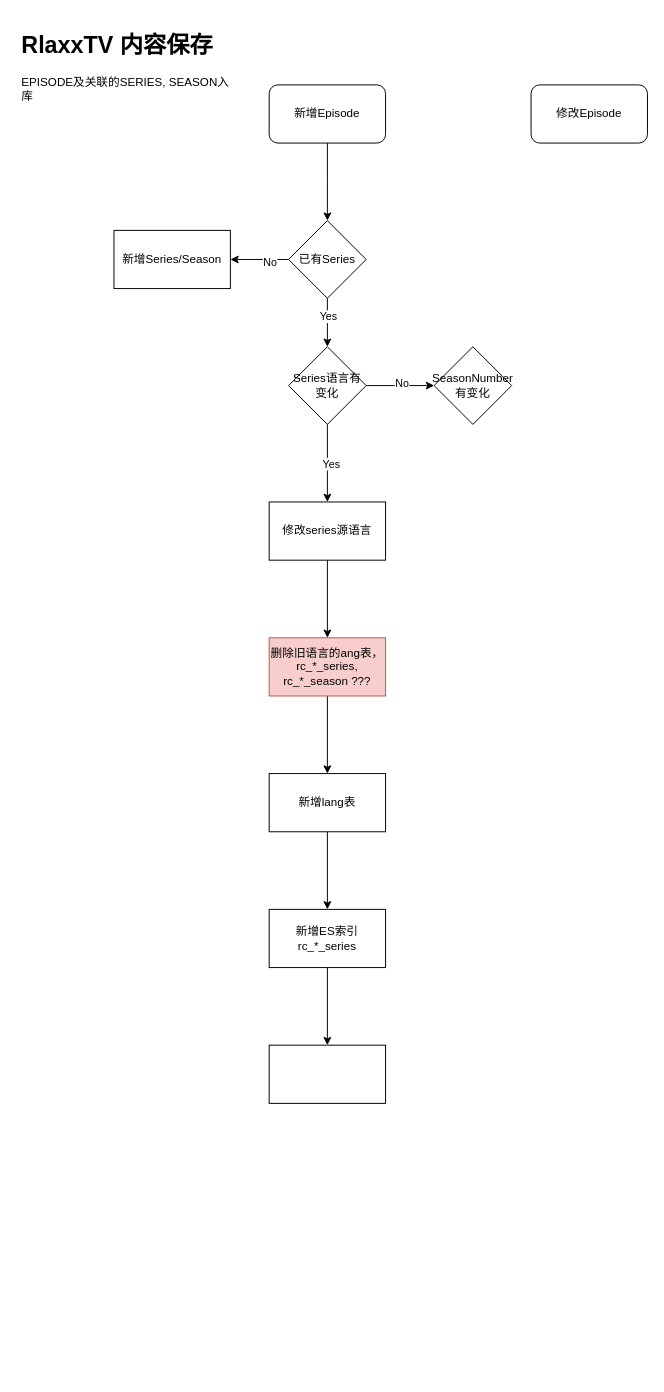
Above: update/RlaxxTV内容保存.drawio in stevezhouht/baiduCDP (draw.io), before the change. Source tidied: cells renumbered, new cells numbered last; positions are measured from the earlier drawing's top-left corner, leaving out a move shared by most shapes. Both pictures are drawn from the tidied source at 97%, with x=0, y=0 at pixel (16, 26).
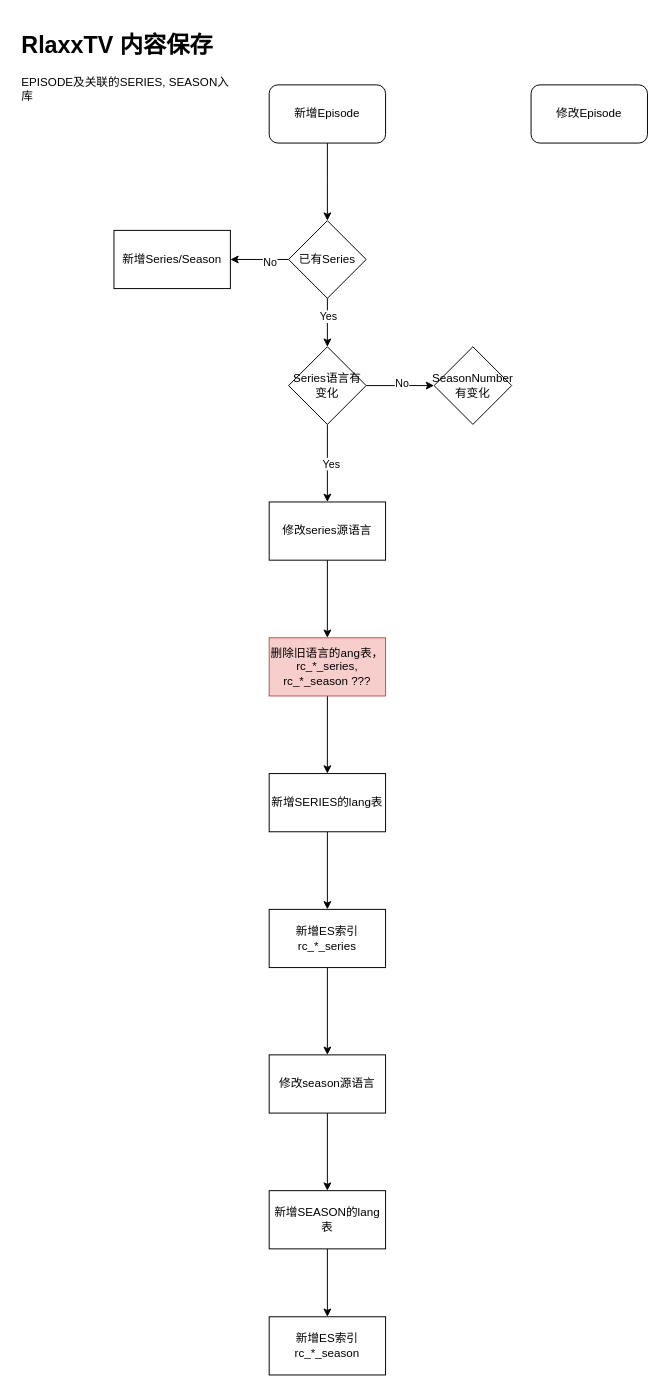
Above is the later version.

Commit message (it also covers changes not shown here):
更新RlaxxTV内容保存.drawio

Unchanged cells that the change refers to:
```xml
<mxCell id="25" value="新增ES索引rc_*_series" style="whiteSpace=wrap;html=1;" parent="1" vertex="1">
  <mxGeometry x="260" y="910" width="120" height="60" as="geometry" />
</mxCell>
```

What changed in the source:
```diff
@@
-    <mxCell id="23" value="新增lang表" style="whiteSpace=wrap;html=1;" parent="1" vertex="1">
+    <mxCell id="23" value="新增SERIES的lang表" style="whiteSpace=wrap;html=1;" parent="1" vertex="1">
       <mxGeometry x="260" y="770" width="120" height="60" as="geometry" />
     </mxCell>
-    <mxCell id="24" style="edgeStyle=orthogonalEdgeStyle;rounded=0;jettySize=auto;html=1;" parent="1" edge="1" source="25" target="26">
-      <mxGeometry relative="1" as="geometry" />
-    </mxCell>
+    <mxCell id="27" style="edgeStyle=orthogonalEdgeStyle;rounded=0;jettySize=auto;html=1;" parent="1" edge="1" source="25" target="29">
+      <mxGeometry relative="1" as="geometry" />
+    </mxCell>
@@
-    <mxCell id="26" style="whiteSpace=wrap;html=1;" parent="1" vertex="1">
-      <mxGeometry x="260" y="1050" width="120" height="60" as="geometry" />
-    </mxCell>
+    <mxCell id="28" style="edgeStyle=orthogonalEdgeStyle;rounded=0;jettySize=auto;html=1;" parent="1" edge="1" source="29" target="31">
+      <mxGeometry relative="1" as="geometry" />
+    </mxCell>
+    <mxCell id="29" value="修改season源语言" style="whiteSpace=wrap;html=1;" parent="1" vertex="1">
+      <mxGeometry x="260" y="1060" width="120" height="60" as="geometry" />
+    </mxCell>
+    <mxCell id="30" style="edgeStyle=orthogonalEdgeStyle;rounded=0;jettySize=auto;html=1;" parent="1" edge="1" source="31" target="32">
+      <mxGeometry relative="1" as="geometry" />
+    </mxCell>
+    <mxCell id="31" value="新增SEASON的lang表" style="whiteSpace=wrap;html=1;" parent="1" vertex="1">
+      <mxGeometry x="260" y="1200" width="120" height="60" as="geometry" />
+    </mxCell>
+    <mxCell id="32" value="新增ES索引rc_*_season" style="whiteSpace=wrap;html=1;" parent="1" vertex="1">
+      <mxGeometry x="260" y="1330" width="120" height="60" as="geometry" />
+    </mxCell>
```
